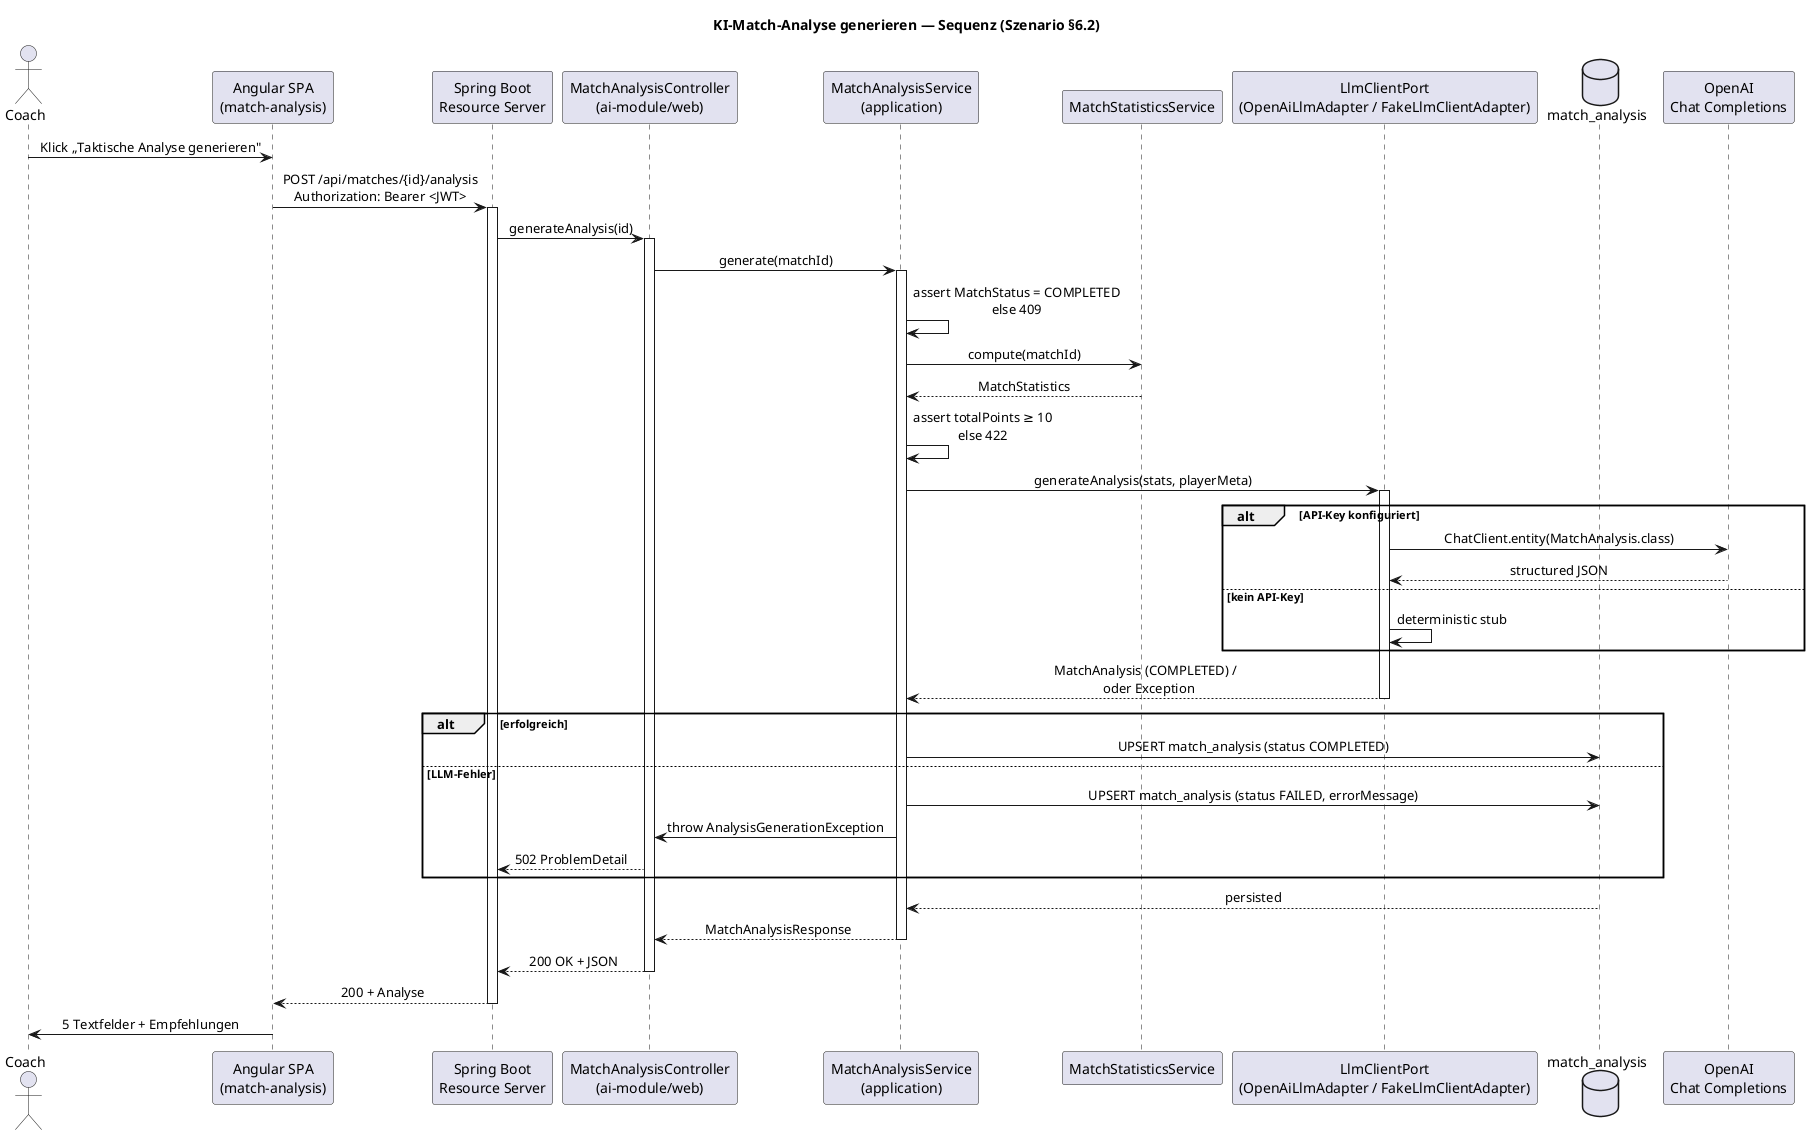
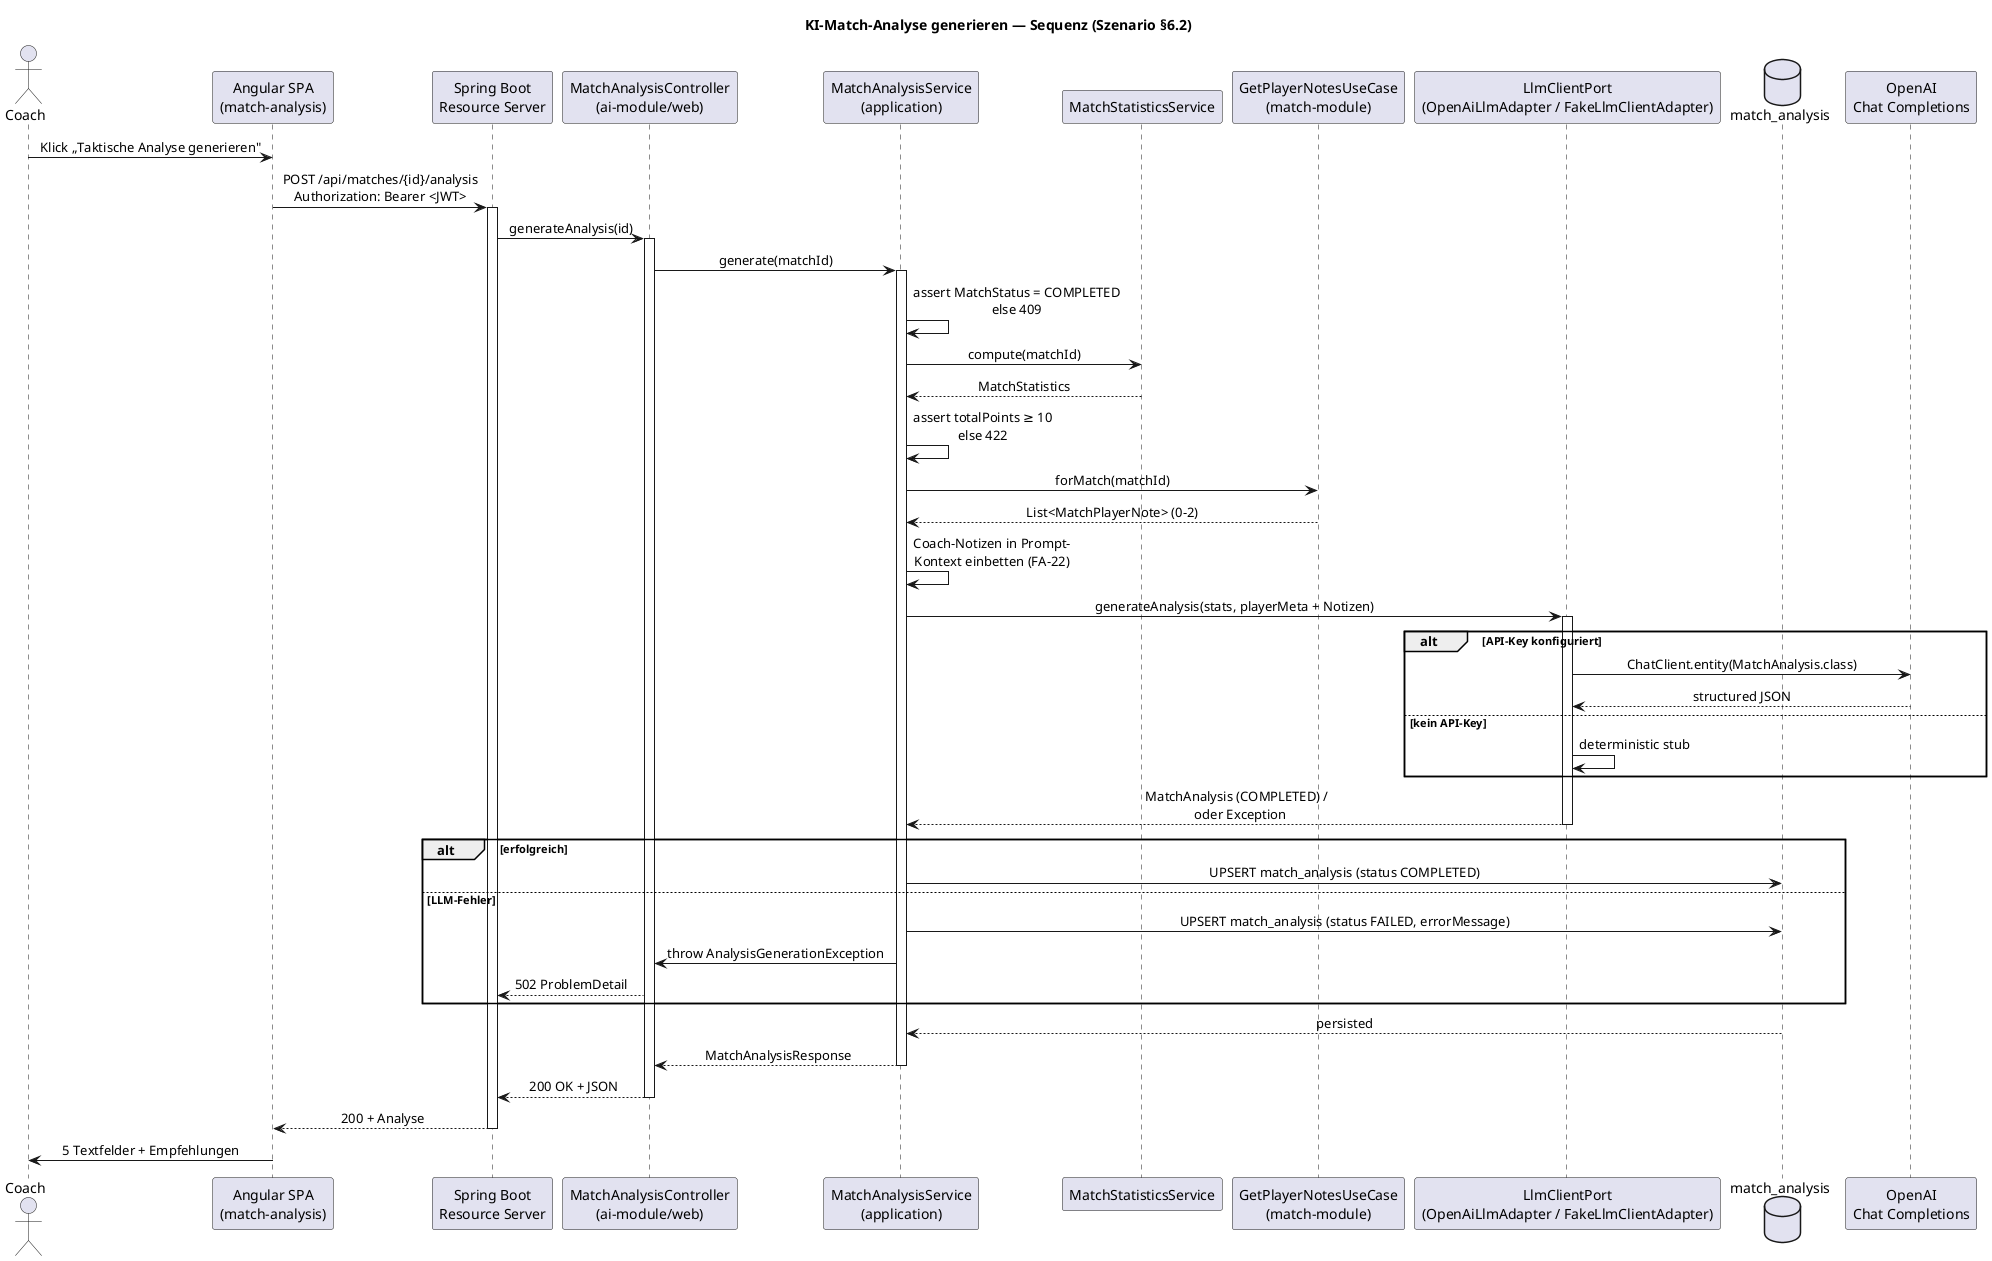
@startuml TSaS_Seq_GenerateAnalysis
title KI-Match-Analyse generieren — Sequenz (Szenario §6.2)

skinparam sequenceMessageAlign center
skinparam shadowing false
skinparam defaultFontName Helvetica

actor Coach
participant "Angular SPA\n(match-analysis)" as FE
participant "Spring Boot\nResource Server" as API
participant "MatchAnalysisController\n(ai-module/web)" as Ctrl
participant "MatchAnalysisService\n(application)" as Svc
participant "MatchStatisticsService" as Stats
+ participant "GetPlayerNotesUseCase\n(match-module)" as Notes
participant "LlmClientPort\n(OpenAiLlmAdapter / FakeLlmClientAdapter)" as Llm
database "match_analysis" as DB
participant "OpenAI\nChat Completions" as OpenAI

Coach -> FE : Klick „Taktische Analyse generieren"
FE -> API : POST /api/matches/{id}/analysis\nAuthorization: Bearer <JWT>
activate API
API -> Ctrl : generateAnalysis(id)
activate Ctrl
Ctrl -> Svc : generate(matchId)
activate Svc
Svc -> Svc : assert MatchStatus = COMPLETED\nelse 409
Svc -> Stats : compute(matchId)
Stats --> Svc : MatchStatistics
Svc -> Svc : assert totalPoints ≥ 10\nelse 422
- Svc -> Llm : generateAnalysis(stats, playerMeta)
+ Svc -> Notes : forMatch(matchId)
+ Notes --> Svc : List<MatchPlayerNote> (0–2)
+ Svc -> Svc : Coach-Notizen in Prompt-\nKontext einbetten (FA-22)
+ Svc -> Llm : generateAnalysis(stats, playerMeta + Notizen)
activate Llm
alt API-Key konfiguriert
  Llm -> OpenAI : ChatClient.entity(MatchAnalysis.class)
  OpenAI --> Llm : structured JSON
else kein API-Key
  Llm -> Llm : deterministic stub
end
Llm --> Svc : MatchAnalysis (COMPLETED) /\n  oder Exception
deactivate Llm
alt erfolgreich
  Svc -> DB : UPSERT match_analysis (status COMPLETED)
else LLM-Fehler
  Svc -> DB : UPSERT match_analysis (status FAILED, errorMessage)
  Svc -> Ctrl : throw AnalysisGenerationException
  Ctrl --> API : 502 ProblemDetail
end
DB --> Svc : persisted
Svc --> Ctrl : MatchAnalysisResponse
deactivate Svc
Ctrl --> API : 200 OK + JSON
deactivate Ctrl
API --> FE : 200 + Analyse
deactivate API
FE -> Coach : 5 Textfelder + Empfehlungen
@enduml
